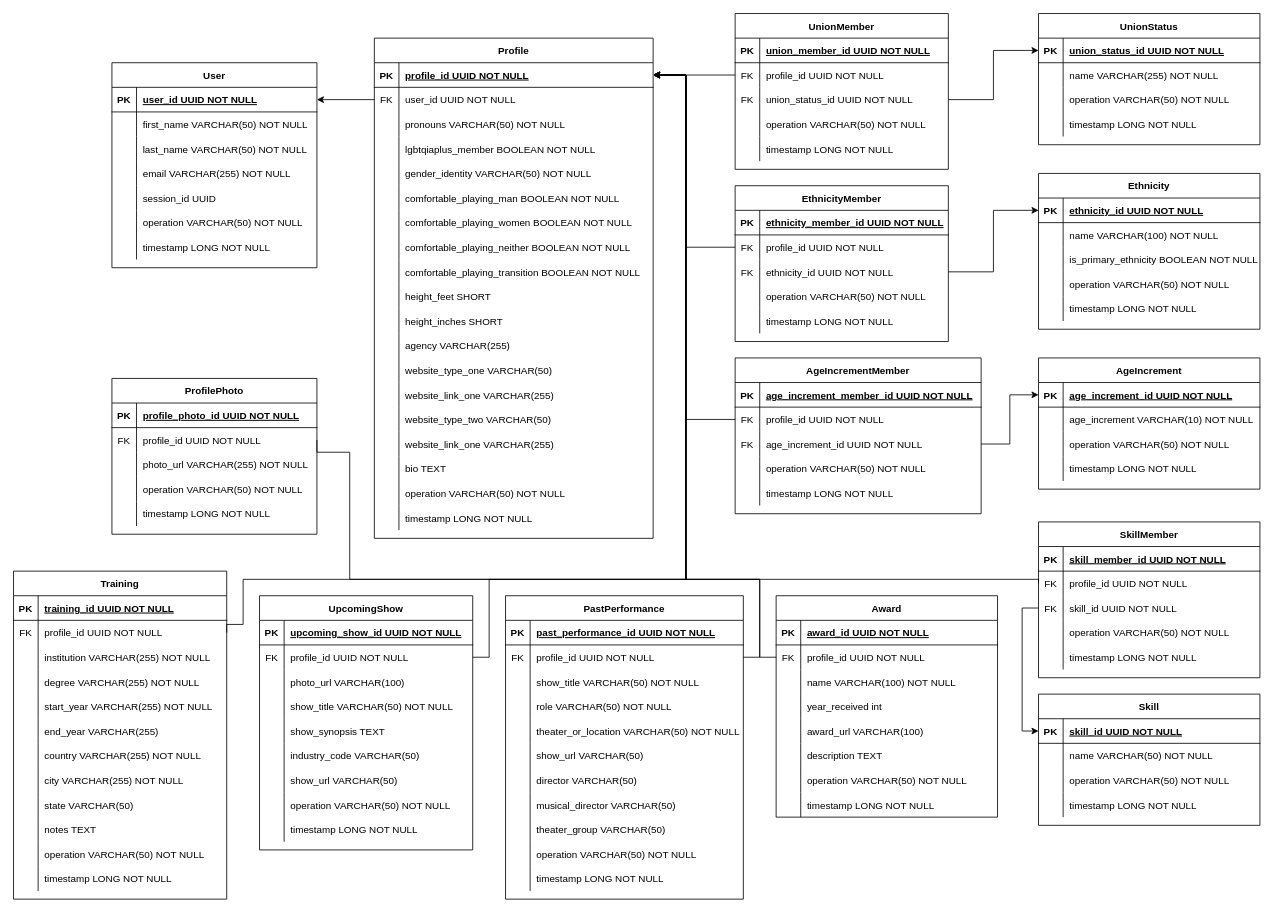
Chicago-Artist-Guide/cag-backend-api keeps this draw.io diagram as docs/db_designs/cag-backend-api-v1.drawio. Above is the earlier version. Source tidied: cells renumbered, new cells numbered last; positions are measured from the earlier drawing's top-left corner, leaving out a move shared by most shapes. Both pictures are drawn from the tidied source at 82%, with x=0, y=0 at pixel (13, 13).
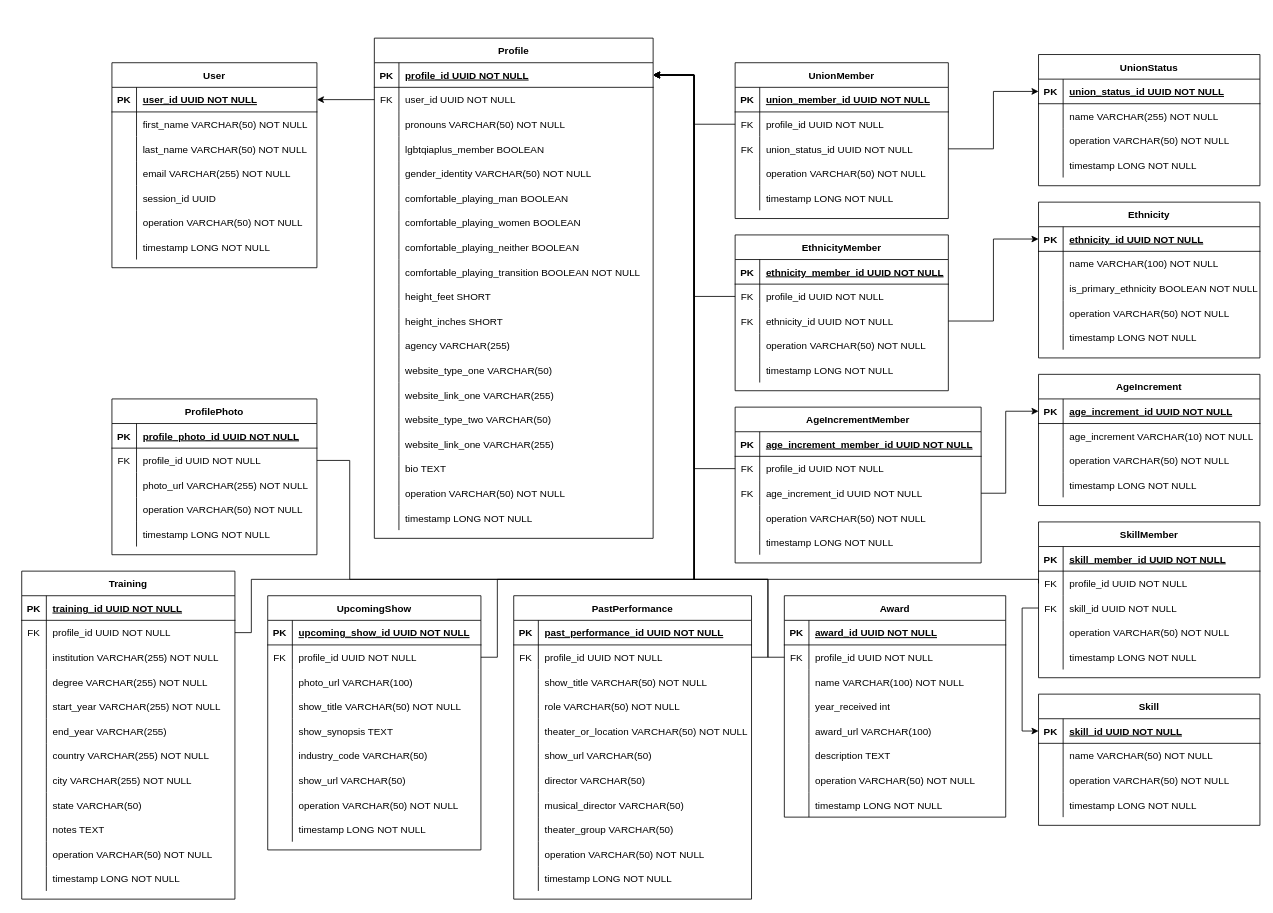
The same page after the edit.

The change refers to these unchanged cells:
```xml
<mxCell id="25" style="shape=partialRectangle;fillColor=none;points=[[0,0.5],[1,0.5]];portConstraint=eastwest;top=0;left=0;right=0;bottom=1;" parent="24" vertex="1">
  <mxGeometry y="30" width="340" height="30" as="geometry" />
</mxCell>
<mxCell id="34" style="shape=partialRectangle;fillColor=none;top=0;left=0;right=0;bottom=0;" parent="24" vertex="1">
  <mxGeometry y="120" width="340" height="30" as="geometry" />
</mxCell>
<mxCell id="40" style="shape=partialRectangle;fillColor=none;top=0;left=0;right=0;bottom=0;" parent="24" vertex="1">
  <mxGeometry y="180" width="340" height="30" as="geometry" />
</mxCell>
<mxCell id="43" style="shape=partialRectangle;fillColor=none;top=0;left=0;right=0;bottom=0;" parent="24" vertex="1">
  <mxGeometry y="210" width="340" height="30" as="geometry" />
</mxCell>
<mxCell id="46" style="shape=partialRectangle;fillColor=none;top=0;left=0;right=0;bottom=0;" parent="24" vertex="1">
  <mxGeometry y="240" width="340" height="30" as="geometry" />
</mxCell>
<mxCell id="99" style="shape=partialRectangle;fillColor=none;points=[[0,0.5],[1,0.5]];portConstraint=eastwest;top=0;left=0;right=0;bottom=0;" parent="95" vertex="1">
  <mxGeometry y="60" width="260" height="30" as="geometry" />
</mxCell>
<mxCell id="118" style="shape=partialRectangle;fillColor=none;points=[[0,0.5],[1,0.5]];portConstraint=eastwest;top=0;left=0;right=0;bottom=0;" parent="114" vertex="1">
  <mxGeometry y="60" width="260" height="30" as="geometry" />
</mxCell>
<mxCell id="152" style="shape=partialRectangle;fillColor=none;points=[[0,0.5],[1,0.5]];portConstraint=eastwest;top=0;left=0;right=0;bottom=0;" parent="148" vertex="1">
  <mxGeometry y="60" width="300" height="30" as="geometry" />
</mxCell>
<mxCell id="155" style="shape=partialRectangle;fillColor=none;points=[[0,0.5],[1,0.5]];portConstraint=eastwest;top=0;left=0;right=0;bottom=0;" parent="148" vertex="1">
  <mxGeometry y="90" width="300" height="30" as="geometry" />
</mxCell>
<mxCell id="166" style="shape=partialRectangle;fillColor=none;points=[[0,0.5],[1,0.5]];portConstraint=eastwest;top=0;left=0;right=0;bottom=1;" parent="165" vertex="1">
  <mxGeometry y="30" width="270" height="30" as="geometry" />
</mxCell>
<mxCell id="184" style="shape=partialRectangle;fillColor=none;points=[[0,0.5],[1,0.5]];portConstraint=eastwest;top=0;left=0;right=0;bottom=0;" parent="180" vertex="1">
  <mxGeometry y="60" width="260" height="30" as="geometry" />
</mxCell>
<mxCell id="221" style="shape=partialRectangle;fillColor=none;points=[[0,0.5],[1,0.5]];portConstraint=eastwest;top=0;left=0;right=0;bottom=0;" parent="217" vertex="1">
  <mxGeometry y="60" width="250" height="30" as="geometry" />
</mxCell>
<mxCell id="239" style="shape=partialRectangle;fillColor=none;points=[[0,0.5],[1,0.5]];portConstraint=eastwest;top=0;left=0;right=0;bottom=0;" parent="235" vertex="1">
  <mxGeometry y="60" width="260" height="30" as="geometry" />
</mxCell>
<mxCell id="268" style="shape=partialRectangle;fillColor=none;points=[[0,0.5],[1,0.5]];portConstraint=eastwest;top=0;left=0;right=0;bottom=0;" parent="264" vertex="1">
  <mxGeometry y="60" width="290" height="30" as="geometry" />
</mxCell>
<mxCell id="304" style="shape=partialRectangle;fillColor=none;points=[[0,0.5],[1,0.5]];portConstraint=eastwest;top=0;left=0;right=0;bottom=0;" parent="300" vertex="1">
  <mxGeometry y="60" width="270" height="30" as="geometry" />
</mxCell>
<mxCell id="336" style="shape=partialRectangle;fillColor=none;points=[[0,0.5],[1,0.5]];portConstraint=eastwest;top=0;left=0;right=0;bottom=0;" parent="332" vertex="1">
  <mxGeometry y="60" width="270" height="30" as="geometry" />
</mxCell>
```

Diff of the diagram source:
```diff
@@
-    <mxCell id="36" value="lgbtqiaplus_member BOOLEAN NOT NULL" style="shape=partialRectangle;overflow=hidden;fillColor=none;top=0;left=0;bottom=0;right=0;align=left;spacingLeft=6;" parent="34" vertex="1">
+    <mxCell id="36" value="lgbtqiaplus_member BOOLEAN" style="shape=partialRectangle;overflow=hidden;fillColor=none;top=0;left=0;bottom=0;right=0;align=left;spacingLeft=6;" parent="34" vertex="1">
       <mxGeometry x="30" width="310" height="30" as="geometry" />
     </mxCell>
@@
-    <mxCell id="42" value="comfortable_playing_man BOOLEAN NOT NULL" style="shape=partialRectangle;overflow=hidden;fillColor=none;top=0;left=0;bottom=0;right=0;align=left;spacingLeft=6;" parent="40" vertex="1">
+    <mxCell id="42" value="comfortable_playing_man BOOLEAN" style="shape=partialRectangle;overflow=hidden;fillColor=none;top=0;left=0;bottom=0;right=0;align=left;spacingLeft=6;" parent="40" vertex="1">
       <mxGeometry x="30" width="310" height="30" as="geometry" />
     </mxCell>
@@
-    <mxCell id="45" value="comfortable_playing_women BOOLEAN NOT NULL" style="shape=partialRectangle;overflow=hidden;fillColor=none;top=0;left=0;bottom=0;right=0;align=left;spacingLeft=6;" parent="43" vertex="1">
+    <mxCell id="45" value="comfortable_playing_women BOOLEAN" style="shape=partialRectangle;overflow=hidden;fillColor=none;top=0;left=0;bottom=0;right=0;align=left;spacingLeft=6;" parent="43" vertex="1">
       <mxGeometry x="30" width="310" height="30" as="geometry" />
     </mxCell>
@@
-    <mxCell id="48" value="comfortable_playing_neither BOOLEAN NOT NULL" style="shape=partialRectangle;overflow=hidden;fillColor=none;top=0;left=0;bottom=0;right=0;align=left;spacingLeft=6;" parent="46" vertex="1">
+    <mxCell id="48" value="comfortable_playing_neither BOOLEAN" style="shape=partialRectangle;overflow=hidden;fillColor=none;top=0;left=0;bottom=0;right=0;align=left;spacingLeft=6;" parent="46" vertex="1">
       <mxGeometry x="30" width="310" height="30" as="geometry" />
     </mxCell>
@@
     <mxCell id="82" value="UnionStatus" style="shape=table;startSize=30;childLayout=tableLayout;rowLines=0;fontStyle=1;align=center;" parent="1" vertex="1">
-      <mxGeometry x="1250" width="270" height="160" as="geometry" />
+      <mxGeometry x="1250" y="50" width="270" height="160" as="geometry" />
     </mxCell>
@@
     <mxCell id="95" value="UnionMember" style="shape=table;startSize=30;childLayout=tableLayout;rowLines=0;fontStyle=1;align=center;" parent="1" vertex="1">
-      <mxGeometry x="880" width="260" height="190" as="geometry" />
+      <mxGeometry x="880" y="60" width="260" height="190" as="geometry" />
     </mxCell>
@@
     <mxCell id="111" style="edgeStyle=orthogonalEdgeStyle;rounded=0;jettySize=auto;html=1;exitX=0;exitY=0.5;exitDx=0;exitDy=0;entryX=1;entryY=0.5;entryDx=0;entryDy=0;" parent="1" edge="1" source="99" target="25">
-      <mxGeometry relative="1" as="geometry" />
+      <mxGeometry relative="1" as="geometry">
+        <Array as="points">
+          <mxPoint x="830" y="135" />
+          <mxPoint x="830" y="75" />
+        </Array>
+      </mxGeometry>
     </mxCell>
@@
     <mxCell id="114" value="EthnicityMember" style="shape=table;startSize=30;childLayout=tableLayout;rowLines=0;fontStyle=1;align=center;" parent="1" vertex="1">
-      <mxGeometry x="880" y="210" width="260" height="190" as="geometry" />
+      <mxGeometry x="880" y="270" width="260" height="190" as="geometry" />
     </mxCell>
@@
     <mxCell id="130" style="edgeStyle=orthogonalEdgeStyle;rounded=0;jettySize=auto;html=1;exitX=0;exitY=0.5;exitDx=0;exitDy=0;entryX=1;entryY=0.5;entryDx=0;entryDy=0;" parent="1" edge="1" source="118" target="25">
       <mxGeometry relative="1" as="geometry">
         <Array as="points">
-          <mxPoint x="820" y="285" />
-          <mxPoint x="820" y="75" />
+          <mxPoint x="830" y="345" />
+          <mxPoint x="830" y="75" />
         </Array>
       </mxGeometry>
     </mxCell>
     <mxCell id="131" value="Ethnicity" style="shape=table;startSize=30;childLayout=tableLayout;rowLines=0;fontStyle=1;align=center;" parent="1" vertex="1">
-      <mxGeometry x="1250" y="195" width="270" height="190" as="geometry" />
+      <mxGeometry x="1250" y="230" width="270" height="190" as="geometry" />
     </mxCell>
@@
     <mxCell id="148" value="AgeIncrementMember" style="shape=table;startSize=30;childLayout=tableLayout;rowLines=0;fontStyle=1;align=center;" parent="1" vertex="1">
-      <mxGeometry x="880" y="420" width="300" height="190" as="geometry" />
+      <mxGeometry x="880" y="480" width="300" height="190" as="geometry" />
     </mxCell>
@@
     <mxCell id="164" style="edgeStyle=orthogonalEdgeStyle;rounded=0;jettySize=auto;html=1;exitX=0;exitY=0.5;exitDx=0;exitDy=0;entryX=1;entryY=0.5;entryDx=0;entryDy=0;" parent="1" edge="1" source="152" target="25">
       <mxGeometry relative="1" as="geometry">
         <Array as="points">
-          <mxPoint x="820" y="495" />
-          <mxPoint x="820" y="75" />
+          <mxPoint x="830" y="555" />
+          <mxPoint x="830" y="75" />
         </Array>
       </mxGeometry>
     </mxCell>
     <mxCell id="165" value="AgeIncrement" style="shape=table;startSize=30;childLayout=tableLayout;rowLines=0;fontStyle=1;align=center;" parent="1" vertex="1">
-      <mxGeometry x="1250" y="420" width="270" height="160" as="geometry" />
+      <mxGeometry x="1250" y="440" width="270" height="160" as="geometry" />
     </mxCell>
@@
     <mxCell id="179" style="edgeStyle=orthogonalEdgeStyle;rounded=0;jettySize=auto;html=1;exitX=1;exitY=0.5;exitDx=0;exitDy=0;entryX=0;entryY=0.5;entryDx=0;entryDy=0;" parent="1" edge="1" source="155" target="166">
-      <mxGeometry relative="1" as="geometry" />
+      <mxGeometry relative="1" as="geometry">
+        <Array as="points">
+          <mxPoint x="1210" y="585" />
+          <mxPoint x="1210" y="485" />
+        </Array>
+      </mxGeometry>
     </mxCell>
     <mxCell id="180" value="Training" style="shape=table;startSize=30;childLayout=tableLayout;rowLines=0;fontStyle=1;align=center;" parent="1" vertex="1">
-      <mxGeometry y="680" width="260" height="400" as="geometry" />
+      <mxGeometry x="10" y="680" width="260" height="400" as="geometry" />
     </mxCell>
@@
     <mxCell id="217" value="ProfilePhoto" style="shape=table;startSize=30;childLayout=tableLayout;rowLines=0;fontStyle=1;align=center;" parent="1" vertex="1">
-      <mxGeometry x="120" y="445" width="250" height="190" as="geometry" />
+      <mxGeometry x="120" y="470" width="250" height="190" as="geometry" />
     </mxCell>
@@
     <mxCell id="234" style="edgeStyle=orthogonalEdgeStyle;rounded=0;jettySize=auto;html=1;exitX=1;exitY=0.5;exitDx=0;exitDy=0;entryX=1;entryY=0.5;entryDx=0;entryDy=0;" parent="1" edge="1" source="184" target="25">
       <mxGeometry relative="1" as="geometry">
         <Array as="points">
-          <mxPoint x="260" y="745" />
-          <mxPoint x="280" y="745" />
-          <mxPoint x="280" y="690" />
-          <mxPoint x="820" y="690" />
-          <mxPoint x="820" y="75" />
+          <mxPoint x="290" y="755" />
+          <mxPoint x="290" y="690" />
+          <mxPoint x="830" y="690" />
+          <mxPoint x="830" y="75" />
         </Array>
       </mxGeometry>
     </mxCell>
     <mxCell id="235" value="UpcomingShow" style="shape=table;startSize=30;childLayout=tableLayout;rowLines=0;fontStyle=1;align=center;" parent="1" vertex="1">
-      <mxGeometry x="300" y="710" width="260" height="310" as="geometry" />
+      <mxGeometry x="310" y="710" width="260" height="310" as="geometry" />
     </mxCell>
@@
     <mxCell id="263" style="edgeStyle=orthogonalEdgeStyle;rounded=0;jettySize=auto;html=1;entryX=1;entryY=0.5;entryDx=0;entryDy=0;exitX=1;exitY=0.5;exitDx=0;exitDy=0;" parent="1" edge="1" source="239" target="25">
       <mxGeometry relative="1" as="geometry">
         <Array as="points">
-          <mxPoint x="580" y="785" />
-          <mxPoint x="580" y="690" />
-          <mxPoint x="820" y="690" />
-          <mxPoint x="820" y="75" />
+          <mxPoint x="590" y="785" />
+          <mxPoint x="590" y="690" />
+          <mxPoint x="830" y="690" />
+          <mxPoint x="830" y="75" />
         </Array>
       </mxGeometry>
     </mxCell>
     <mxCell id="264" value="PastPerformance" style="shape=table;startSize=30;childLayout=tableLayout;rowLines=0;fontStyle=1;align=center;" parent="1" vertex="1">
-      <mxGeometry x="600" y="710" width="290" height="370" as="geometry" />
+      <mxGeometry x="610" y="710" width="290" height="370" as="geometry" />
     </mxCell>
@@
     <mxCell id="298" style="edgeStyle=orthogonalEdgeStyle;rounded=0;jettySize=auto;html=1;entryX=1;entryY=0.5;entryDx=0;entryDy=0;exitX=1;exitY=0.5;exitDx=0;exitDy=0;" parent="1" edge="1" source="268" target="25">
       <mxGeometry relative="1" as="geometry">
         <Array as="points">
-          <mxPoint x="910" y="785" />
-          <mxPoint x="910" y="690" />
-          <mxPoint x="820" y="690" />
-          <mxPoint x="820" y="75" />
+          <mxPoint x="920" y="785" />
+          <mxPoint x="920" y="690" />
+          <mxPoint x="830" y="690" />
+          <mxPoint x="830" y="75" />
         </Array>
       </mxGeometry>
     </mxCell>
     <mxCell id="299" style="edgeStyle=orthogonalEdgeStyle;rounded=0;jettySize=auto;html=1;exitX=1;exitY=0.5;exitDx=0;exitDy=0;entryX=1;entryY=0.5;entryDx=0;entryDy=0;" parent="1" edge="1" source="221" target="25">
       <mxGeometry relative="1" as="geometry">
         <Array as="points">
-          <mxPoint x="370" y="535" />
-          <mxPoint x="410" y="535" />
+          <mxPoint x="410" y="545" />
           <mxPoint x="410" y="690" />
-          <mxPoint x="820" y="690" />
-          <mxPoint x="820" y="75" />
+          <mxPoint x="830" y="690" />
+          <mxPoint x="830" y="75" />
         </Array>
       </mxGeometry>
     </mxCell>
@@
     <mxCell id="331" style="edgeStyle=orthogonalEdgeStyle;rounded=0;jettySize=auto;html=1;exitX=0;exitY=0.5;exitDx=0;exitDy=0;entryX=1;entryY=0.5;entryDx=0;entryDy=0;" parent="1" edge="1" source="336" target="25">
       <mxGeometry relative="1" as="geometry">
         <Array as="points">
-          <mxPoint x="910" y="785" />
-          <mxPoint x="910" y="690" />
-          <mxPoint x="820" y="690" />
-          <mxPoint x="820" y="75" />
+          <mxPoint x="920" y="785" />
+          <mxPoint x="920" y="690" />
+          <mxPoint x="830" y="690" />
+          <mxPoint x="830" y="75" />
         </Array>
       </mxGeometry>
     </mxCell>
     <mxCell id="332" value="Award" style="shape=table;startSize=30;childLayout=tableLayout;rowLines=0;fontStyle=1;align=center;" parent="1" vertex="1">
-      <mxGeometry x="930" y="710" width="270" height="270" as="geometry" />
+      <mxGeometry x="940" y="710" width="270" height="270" as="geometry" />
     </mxCell>
@@
     <mxCell id="357" style="edgeStyle=orthogonalEdgeStyle;rounded=0;jettySize=auto;html=1;exitX=0;exitY=0.5;exitDx=0;exitDy=0;entryX=1;entryY=0.5;entryDx=0;entryDy=0;" parent="1" edge="1" source="304" target="25">
       <mxGeometry relative="1" as="geometry">
         <Array as="points">
           <mxPoint x="1250" y="690" />
-          <mxPoint x="820" y="690" />
-          <mxPoint x="820" y="75" />
+          <mxPoint x="830" y="690" />
+          <mxPoint x="830" y="75" />
         </Array>
       </mxGeometry>
     </mxCell>
```
